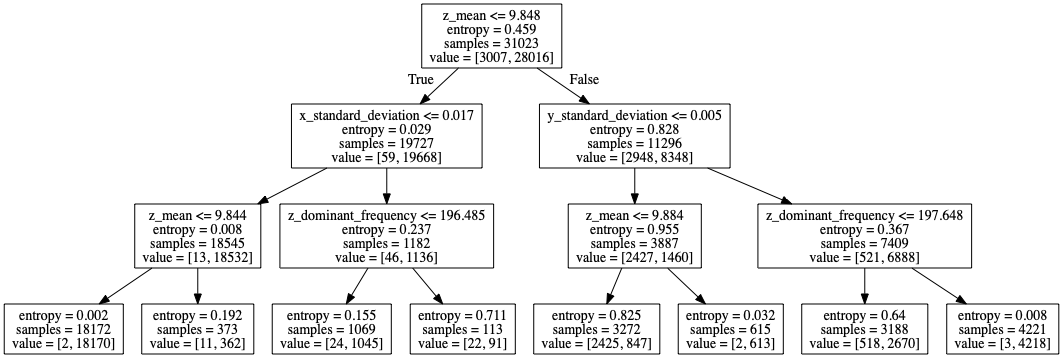
The Graphviz diagram tree.png in josephbima/sleep-tracker, before a commit. Its source is kept beside it as tree.dot.
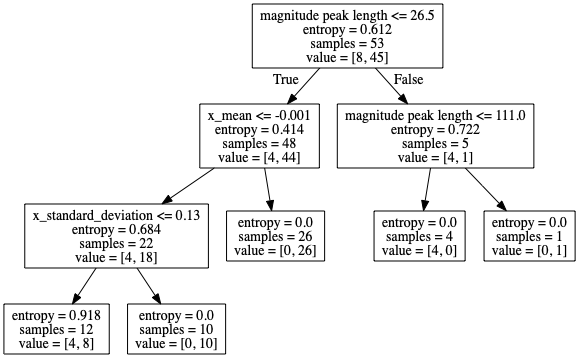
After the commit.

Change to the diagram source:
```diff
@@ -1,32 +1,20 @@
 digraph Tree {
 node [shape=box] ;
-0 [label="z_mean <= 9.848\nentropy = 0.459\nsamples = 31023\nvalue = [3007, 28016]"] ;
-1 [label="x_standard_deviation <= 0.017\nentropy = 0.029\nsamples = 19727\nvalue = [59, 19668]"] ;
+0 [label="z_standard_deviation <= 0.007\nentropy = 0.428\nsamples = 103\nvalue = [9, 94]"] ;
+1 [label="z_dominant_frequency <= 59058.631\nentropy = 0.592\nsamples = 7\nvalue = [6, 1]"] ;
 0 -> 1 [labeldistance=2.5, labelangle=45, headlabel="True"] ;
-2 [label="z_mean <= 9.844\nentropy = 0.008\nsamples = 18545\nvalue = [13, 18532]"] ;
+2 [label="entropy = 0.0\nsamples = 1\nvalue = [0, 1]"] ;
 1 -> 2 ;
-3 [label="entropy = 0.002\nsamples = 18172\nvalue = [2, 18170]"] ;
-2 -> 3 ;
-4 [label="entropy = 0.192\nsamples = 373\nvalue = [11, 362]"] ;
-2 -> 4 ;
-5 [label="z_dominant_frequency <= 196.485\nentropy = 0.237\nsamples = 1182\nvalue = [46, 1136]"] ;
-1 -> 5 ;
-6 [label="entropy = 0.155\nsamples = 1069\nvalue = [24, 1045]"] ;
-5 -> 6 ;
-7 [label="entropy = 0.711\nsamples = 113\nvalue = [22, 91]"] ;
-5 -> 7 ;
-8 [label="y_standard_deviation <= 0.005\nentropy = 0.828\nsamples = 11296\nvalue = [2948, 8348]"] ;
-0 -> 8 [labeldistance=2.5, labelangle=-45, headlabel="False"] ;
-9 [label="z_mean <= 9.884\nentropy = 0.955\nsamples = 3887\nvalue = [2427, 1460]"] ;
-8 -> 9 ;
-10 [label="entropy = 0.825\nsamples = 3272\nvalue = [2425, 847]"] ;
-9 -> 10 ;
-11 [label="entropy = 0.032\nsamples = 615\nvalue = [2, 613]"] ;
-9 -> 11 ;
-12 [label="z_dominant_frequency <= 197.648\nentropy = 0.367\nsamples = 7409\nvalue = [521, 6888]"] ;
-8 -> 12 ;
-13 [label="entropy = 0.64\nsamples = 3188\nvalue = [518, 2670]"] ;
-12 -> 13 ;
-14 [label="entropy = 0.008\nsamples = 4221\nvalue = [3, 4218]"] ;
-12 -> 14 ;
+3 [label="entropy = 0.0\nsamples = 6\nvalue = [6, 0]"] ;
+1 -> 3 ;
+4 [label="z_mean <= 9.858\nentropy = 0.201\nsamples = 96\nvalue = [3, 93]"] ;
+0 -> 4 [labeldistance=2.5, labelangle=-45, headlabel="False"] ;
+5 [label="entropy = 0.0\nsamples = 69\nvalue = [0, 69]"] ;
+4 -> 5 ;
+6 [label="y_mean <= -0.013\nentropy = 0.503\nsamples = 27\nvalue = [3, 24]"] ;
+4 -> 6 ;
+7 [label="entropy = 0.918\nsamples = 3\nvalue = [2, 1]"] ;
+6 -> 7 ;
+8 [label="entropy = 0.25\nsamples = 24\nvalue = [1, 23]"] ;
+6 -> 8 ;
 }
```
